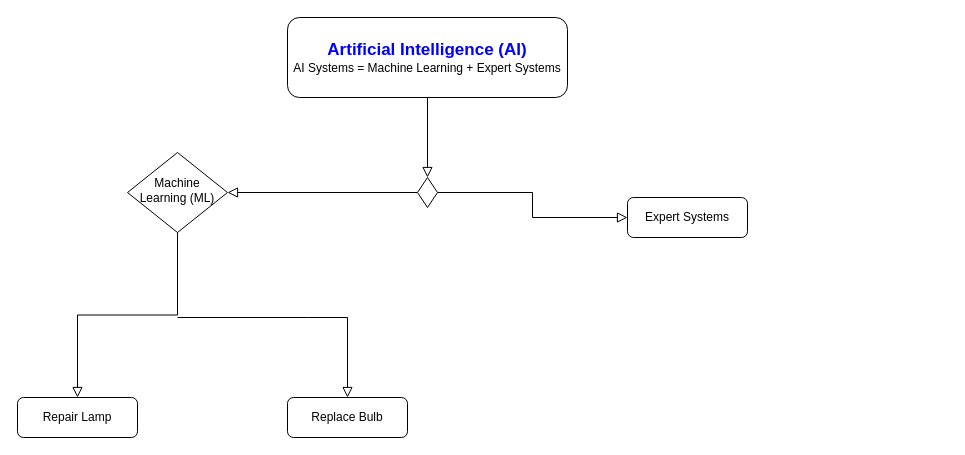
The draw.io diagram my-test-flow-chart.drawio in KPAdhikari/TidBits, before the edit. Source tidied: cells renumbered, new cells numbered last; positions are measured from the earlier drawing's top-left corner, leaving out a move shared by most shapes. Both pictures are drawn from the tidied source at 100%, with x=0, y=0 at pixel (17, 17).
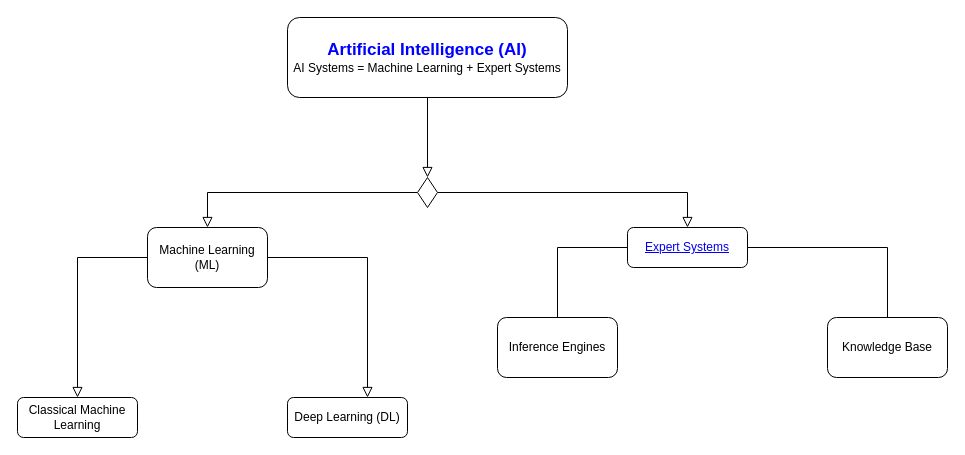
The same diagram, later.

The change refers to these unchanged cells:
```xml
<mxCell id="6" style="rhombus;whiteSpace=wrap;html=1;shadow=0;fontFamily=Helvetica;fontSize=12;align=center;strokeWidth=1;spacing=6;spacingTop=-4;" parent="1" vertex="1">
  <mxGeometry x="400" y="160" width="20" height="30" as="geometry" />
</mxCell>
```

Change to the diagram source:
```diff
@@
-    <mxCell id="4" style="rounded=0;html=1;jettySize=auto;fontSize=11;endArrow=block;endFill=0;endSize=8;strokeWidth=1;shadow=0;labelBackgroundColor=none;edgeStyle=orthogonalEdgeStyle;" parent="1" edge="1" source="6" target="10">
+    <mxCell id="4" style="rounded=0;html=1;jettySize=auto;fontSize=11;endArrow=block;endFill=0;endSize=8;strokeWidth=1;shadow=0;labelBackgroundColor=none;edgeStyle=orthogonalEdgeStyle;entryX=0.5;entryY=0;entryDx=0;entryDy=0;" parent="1" edge="1" source="6" target="10">
       <mxGeometry y="20" relative="1" as="geometry" />
     </mxCell>
     <mxCell id="5" style="edgeStyle=orthogonalEdgeStyle;rounded=0;html=1;jettySize=auto;fontSize=11;endArrow=block;endFill=0;endSize=8;strokeWidth=1;shadow=0;labelBackgroundColor=none;" parent="1" edge="1" source="6" target="7">
       <mxGeometry x="-0.12" y="21" relative="1" as="geometry">
+        <Array as="points">
+          <mxPoint x="670" y="175" />
+        </Array>
         <mxPoint x="-7" y="-15" as="offset" />
       </mxGeometry>
     </mxCell>
@@
+    <mxCell id="13" style="edgeStyle=orthogonalEdgeStyle;rounded=0;jettySize=auto;html=1;endArrow=none;endFill=0;" parent="1" edge="1" source="7" target="14">
+      <mxGeometry relative="1" as="geometry" />
+    </mxCell>
-    <mxCell id="7" value="Expert Systems" style="rounded=1;whiteSpace=wrap;html=1;fontSize=12;glass=0;strokeWidth=1;shadow=0;" parent="1" vertex="1">
-      <mxGeometry x="610" y="180" width="120" height="40" as="geometry" />
+    <mxCell id="7" value="&lt;a href=&quot;https://en.wikipedia.org/wiki/Expert_system&quot;&gt;Expert Systems&lt;/a&gt;" style="rounded=1;whiteSpace=wrap;html=1;fontSize=12;glass=0;strokeWidth=1;shadow=0;" parent="1" vertex="1">
+      <mxGeometry x="610" y="210" width="120" height="40" as="geometry" />
     </mxCell>
-    <mxCell id="8" style="rounded=0;html=1;jettySize=auto;fontSize=11;endArrow=block;endFill=0;endSize=8;strokeWidth=1;shadow=0;labelBackgroundColor=none;edgeStyle=orthogonalEdgeStyle;" parent="1" edge="1" source="10" target="11">
-      <mxGeometry x="0.33" y="20" relative="1" as="geometry" />
+    <mxCell id="8" style="rounded=0;html=1;jettySize=auto;fontSize=11;endArrow=block;endFill=0;endSize=8;strokeWidth=1;shadow=0;labelBackgroundColor=none;edgeStyle=orthogonalEdgeStyle;exitX=0;exitY=0.5;exitDx=0;exitDy=0;" parent="1" edge="1" source="10" target="11">
+      <mxGeometry x="0.33" y="20" relative="1" as="geometry">
+        <Array as="points">
+          <mxPoint x="60" y="240" />
+        </Array>
+      </mxGeometry>
     </mxCell>
-    <mxCell id="9" style="edgeStyle=orthogonalEdgeStyle;rounded=0;html=1;jettySize=auto;fontSize=11;endArrow=block;endFill=0;endSize=8;strokeWidth=1;shadow=0;labelBackgroundColor=none;" parent="1" edge="1" target="12">
+    <mxCell id="9" style="edgeStyle=orthogonalEdgeStyle;rounded=0;html=1;jettySize=auto;fontSize=11;endArrow=block;endFill=0;endSize=8;strokeWidth=1;shadow=0;labelBackgroundColor=none;exitX=1;exitY=0.5;exitDx=0;exitDy=0;" parent="1" edge="1" source="10" target="12">
       <mxGeometry x="-0.91" relative="1" as="geometry">
-        <mxPoint x="160" y="300" as="sourcePoint" />
         <Array as="points">
-          <mxPoint x="290" y="300" />
-          <mxPoint x="350" y="300" />
+          <mxPoint x="350" y="240" />
         </Array>
       </mxGeometry>
     </mxCell>
-    <mxCell id="10" value="Machine Learning (ML)" style="rhombus;whiteSpace=wrap;html=1;shadow=0;fontFamily=Helvetica;fontSize=12;align=center;strokeWidth=1;spacing=6;spacingTop=-4;" parent="1" vertex="1">
-      <mxGeometry x="110" y="135" width="100" height="80" as="geometry" />
-    </mxCell>
-    <mxCell id="11" value="Repair Lamp" style="rounded=1;whiteSpace=wrap;html=1;fontSize=12;glass=0;strokeWidth=1;shadow=0;" parent="1" vertex="1">
+    <mxCell id="11" value="Classical Machine Learning" style="rounded=1;whiteSpace=wrap;html=1;fontSize=12;glass=0;strokeWidth=1;shadow=0;" parent="1" vertex="1">
       <mxGeometry y="380" width="120" height="40" as="geometry" />
     </mxCell>
-    <mxCell id="12" value="Replace Bulb" style="rounded=1;whiteSpace=wrap;html=1;fontSize=12;glass=0;strokeWidth=1;shadow=0;" parent="1" vertex="1">
+    <mxCell id="12" value="Deep Learning (DL)" style="rounded=1;whiteSpace=wrap;html=1;fontSize=12;glass=0;strokeWidth=1;shadow=0;" parent="1" vertex="1">
       <mxGeometry x="270" y="380" width="120" height="40" as="geometry" />
     </mxCell>
+    <mxCell id="14" value="Inference Engines" style="whiteSpace=wrap;html=1;rounded=1;glass=0;strokeWidth=1;shadow=0;" parent="1" vertex="1">
+      <mxGeometry x="480" y="300" width="120" height="60" as="geometry" />
+    </mxCell>
+    <mxCell id="15" style="edgeStyle=orthogonalEdgeStyle;rounded=0;jettySize=auto;html=1;endSize=0;endArrow=none;endFill=0;" parent="1" edge="1" source="16" target="7">
+      <mxGeometry relative="1" as="geometry">
+        <Array as="points">
+          <mxPoint x="870" y="230" />
+        </Array>
+      </mxGeometry>
+    </mxCell>
+    <mxCell id="16" value="Knowledge Base" style="whiteSpace=wrap;html=1;rounded=1;glass=0;strokeWidth=1;shadow=0;" parent="1" vertex="1">
+      <mxGeometry x="810" y="300" width="120" height="60" as="geometry" />
+    </mxCell>
+    <mxCell id="10" value="Machine Learning (ML)" style="whiteSpace=wrap;html=1;rounded=1;" parent="1" vertex="1">
+      <mxGeometry x="130" y="210" width="120" height="60" as="geometry" />
+    </mxCell>
```
